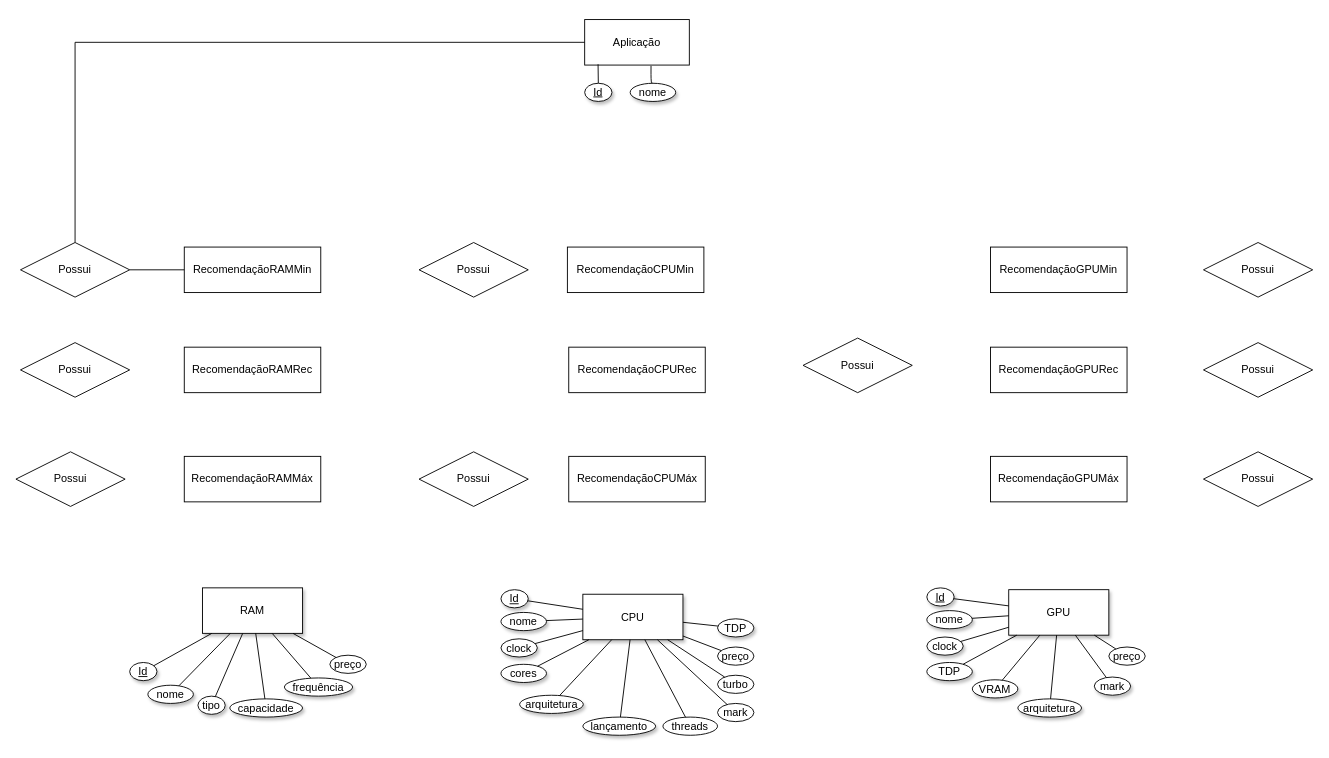
Before: Abstração do Projeto "GHYM".drawio in Tavares194/Project-GHYM-PJI231-2022, a draw.io diagram. Source tidied: cells renumbered, new cells numbered last; positions are measured from the earlier drawing's top-left corner, leaving out a move shared by most shapes. Both pictures are drawn from the tidied source at 91%, with x=0, y=0 at pixel (15, 19).
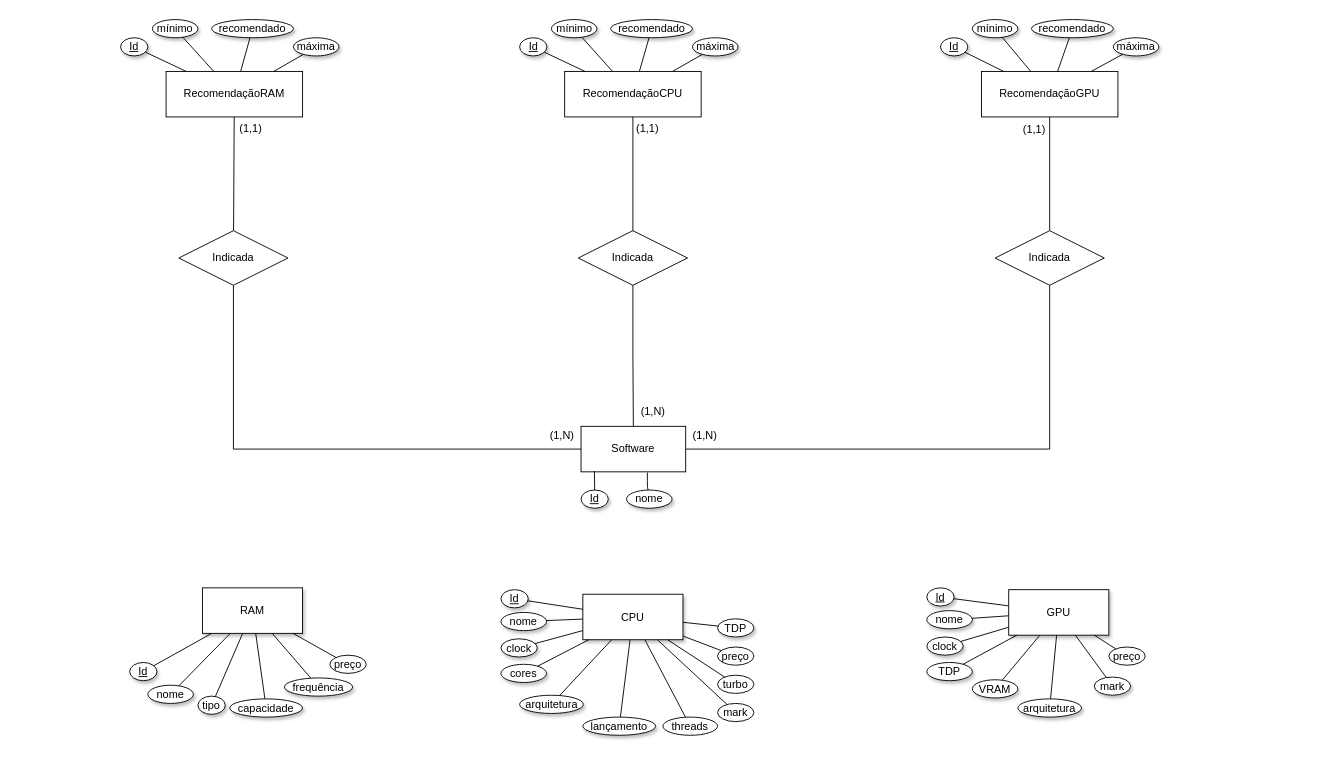
Above is the later version.

The edit, as a diff of the source:
```diff
@@
-    <mxCell id="12" value="Aplicação" style="whiteSpace=wrap;html=1;align=center;rounded=0;shadow=0;glass=0;sketch=0;gradientColor=none;" parent="1" vertex="1">
-      <mxGeometry x="625" width="115" height="50" as="geometry" />
+    <mxCell id="12" value="Software" style="whiteSpace=wrap;html=1;align=center;rounded=0;shadow=0;glass=0;sketch=0;gradientColor=none;" parent="1" vertex="1">
+      <mxGeometry x="621" y="447" width="115" height="50" as="geometry" />
     </mxCell>
@@
     <mxCell id="14" value="Id" style="ellipse;whiteSpace=wrap;html=1;align=center;fontStyle=4;shadow=1;" parent="1" vertex="1">
-      <mxGeometry x="625" y="70" width="30" height="20" as="geometry" />
+      <mxGeometry x="621" y="517" width="30" height="20" as="geometry" />
     </mxCell>
@@
     <mxCell id="16" value="nome" style="ellipse;whiteSpace=wrap;html=1;align=center;shadow=1;" parent="1" vertex="1">
-      <mxGeometry x="675" y="70" width="50" height="20" as="geometry" />
+      <mxGeometry x="671" y="517" width="50" height="20" as="geometry" />
     </mxCell>
@@
-    <mxCell id="27" value="RecomendaçãoCPUMin" style="whiteSpace=wrap;html=1;align=center;" parent="1" vertex="1">
-      <mxGeometry x="606" y="250" width="150" height="50" as="geometry" />
+    <mxCell id="27" value="RecomendaçãoCPU" style="whiteSpace=wrap;html=1;align=center;" parent="1" vertex="1">
+      <mxGeometry x="603" y="57" width="150" height="50" as="geometry" />
     </mxCell>
-    <mxCell id="28" value="RecomendaçãoCPURec" style="whiteSpace=wrap;html=1;align=center;" parent="1" vertex="1">
-      <mxGeometry x="607.5" y="360" width="150" height="50" as="geometry" />
-    </mxCell>
-    <mxCell id="29" value="RecomendaçãoCPUMáx" style="whiteSpace=wrap;html=1;align=center;" parent="1" vertex="1">
-      <mxGeometry x="607.5" y="480" width="150" height="50" as="geometry" />
-    </mxCell>
-    <mxCell id="30" value="RecomendaçãoGPUMáx" style="whiteSpace=wrap;html=1;align=center;" parent="1" vertex="1">
-      <mxGeometry x="1071" y="480" width="150" height="50" as="geometry" />
-    </mxCell>
-    <mxCell id="31" value="RecomendaçãoGPURec" style="whiteSpace=wrap;html=1;align=center;" parent="1" vertex="1">
-      <mxGeometry x="1071" y="360" width="150" height="50" as="geometry" />
-    </mxCell>
-    <mxCell id="32" value="RecomendaçãoRAMMáx" style="whiteSpace=wrap;html=1;align=center;" parent="1" vertex="1">
-      <mxGeometry x="185" y="480" width="150" height="50" as="geometry" />
-    </mxCell>
-    <mxCell id="33" value="RecomendaçãoGPUMin" style="whiteSpace=wrap;html=1;align=center;" parent="1" vertex="1">
-      <mxGeometry x="1071" y="250" width="150" height="50" as="geometry" />
+    <mxCell id="33" value="RecomendaçãoGPU" style="whiteSpace=wrap;html=1;align=center;" parent="1" vertex="1">
+      <mxGeometry x="1061" y="57" width="150" height="50" as="geometry" />
     </mxCell>
-    <mxCell id="34" value="RecomendaçãoRAMRec" style="whiteSpace=wrap;html=1;align=center;" parent="1" vertex="1">
-      <mxGeometry x="185" y="360" width="150" height="50" as="geometry" />
-    </mxCell>
-    <mxCell id="35" value="RecomendaçãoRAMMin" style="whiteSpace=wrap;html=1;align=center;" parent="1" vertex="1">
-      <mxGeometry x="185" y="250" width="150" height="50" as="geometry" />
+    <mxCell id="35" value="RecomendaçãoRAM" style="whiteSpace=wrap;html=1;align=center;" parent="1" vertex="1">
+      <mxGeometry x="165" y="57" width="150" height="50" as="geometry" />
     </mxCell>
@@
-    <mxCell id="69" style="edgeStyle=orthogonalEdgeStyle;rounded=0;jettySize=auto;html=1;exitX=0.5;exitY=0;exitDx=0;exitDy=0;entryX=0;entryY=0.5;entryDx=0;entryDy=0;endArrow=none;endFill=0;" parent="1" edge="1" source="70" target="12">
+    <mxCell id="69" style="edgeStyle=orthogonalEdgeStyle;rounded=0;jettySize=auto;html=1;exitX=0.5;exitY=1;exitDx=0;exitDy=0;entryX=0;entryY=0.5;entryDx=0;entryDy=0;endArrow=none;endFill=0;" parent="1" edge="1" source="70" target="12">
       <mxGeometry relative="1" as="geometry" />
     </mxCell>
-    <mxCell id="70" value="Possui" style="shape=rhombus;perimeter=rhombusPerimeter;whiteSpace=wrap;html=1;align=center;" parent="1" vertex="1">
-      <mxGeometry x="5" y="245" width="120" height="60" as="geometry" />
+    <mxCell id="70" value="Indicada" style="shape=rhombus;perimeter=rhombusPerimeter;whiteSpace=wrap;html=1;align=center;" parent="1" vertex="1">
+      <mxGeometry x="179" y="232" width="120" height="60" as="geometry" />
     </mxCell>
-    <mxCell id="71" value="Possui" style="shape=rhombus;perimeter=rhombusPerimeter;whiteSpace=wrap;html=1;align=center;" parent="1" vertex="1">
-      <mxGeometry x="5" y="355" width="120" height="60" as="geometry" />
-    </mxCell>
-    <mxCell id="72" value="Possui" style="shape=rhombus;perimeter=rhombusPerimeter;whiteSpace=wrap;html=1;align=center;" parent="1" vertex="1">
-      <mxGeometry y="475" width="120" height="60" as="geometry" />
-    </mxCell>
+    <mxCell id="80" style="edgeStyle=orthogonalEdgeStyle;rounded=0;jettySize=auto;html=1;exitX=0.5;exitY=1;exitDx=0;exitDy=0;entryX=0.5;entryY=0;entryDx=0;entryDy=0;endArrow=none;endFill=0;" parent="1" edge="1" source="73" target="12">
+      <mxGeometry relative="1" as="geometry" />
+    </mxCell>
-    <mxCell id="73" value="Possui" style="shape=rhombus;perimeter=rhombusPerimeter;whiteSpace=wrap;html=1;align=center;" parent="1" vertex="1">
-      <mxGeometry x="443" y="245" width="120" height="60" as="geometry" />
+    <mxCell id="73" value="Indicada" style="shape=rhombus;perimeter=rhombusPerimeter;whiteSpace=wrap;html=1;align=center;" parent="1" vertex="1">
+      <mxGeometry x="618" y="232" width="120" height="60" as="geometry" />
     </mxCell>
-    <mxCell id="74" value="Possui" style="shape=rhombus;perimeter=rhombusPerimeter;whiteSpace=wrap;html=1;align=center;" parent="1" vertex="1">
-      <mxGeometry x="1305" y="355" width="120" height="60" as="geometry" />
-    </mxCell>
-    <mxCell id="75" value="Possui" style="shape=rhombus;perimeter=rhombusPerimeter;whiteSpace=wrap;html=1;align=center;" parent="1" vertex="1">
-      <mxGeometry x="443" y="475" width="120" height="60" as="geometry" />
-    </mxCell>
+    <mxCell id="81" style="edgeStyle=orthogonalEdgeStyle;rounded=0;jettySize=auto;html=1;exitX=0.5;exitY=1;exitDx=0;exitDy=0;entryX=1;entryY=0.5;entryDx=0;entryDy=0;endArrow=none;endFill=0;" parent="1" edge="1" source="76" target="12">
+      <mxGeometry relative="1" as="geometry" />
+    </mxCell>
-    <mxCell id="76" value="Possui" style="shape=rhombus;perimeter=rhombusPerimeter;whiteSpace=wrap;html=1;align=center;" parent="1" vertex="1">
-      <mxGeometry x="1305" y="245" width="120" height="60" as="geometry" />
+    <mxCell id="76" value="Indicada" style="shape=rhombus;perimeter=rhombusPerimeter;whiteSpace=wrap;html=1;align=center;" parent="1" vertex="1">
+      <mxGeometry x="1076" y="232" width="120" height="60" as="geometry" />
     </mxCell>
-    <mxCell id="77" value="Possui" style="shape=rhombus;perimeter=rhombusPerimeter;whiteSpace=wrap;html=1;align=center;" parent="1" vertex="1">
-      <mxGeometry x="865" y="350" width="120" height="60" as="geometry" />
-    </mxCell>
-    <mxCell id="78" value="Possui" style="shape=rhombus;perimeter=rhombusPerimeter;whiteSpace=wrap;html=1;align=center;" parent="1" vertex="1">
-      <mxGeometry x="1305" y="475" width="120" height="60" as="geometry" />
-    </mxCell>
-    <mxCell id="79" style="endArrow=none;html=1;rounded=0;" parent="1" edge="1" source="70" target="35">
-      <mxGeometry relative="1" as="geometry" />
-    </mxCell>
+    <mxCell id="82" style="endArrow=none;html=1;rounded=0;" parent="1" edge="1" source="35" target="70">
+      <mxGeometry relative="1" as="geometry" />
+    </mxCell>
+    <mxCell id="83" style="endArrow=none;html=1;rounded=0;" parent="1" edge="1" source="27" target="73">
+      <mxGeometry relative="1" as="geometry" />
+    </mxCell>
+    <mxCell id="84" style="endArrow=none;html=1;rounded=0;" parent="1" edge="1" source="33" target="76">
+      <mxGeometry relative="1" as="geometry" />
+    </mxCell>
+    <mxCell id="85" value="(1,N)" style="text;strokeColor=none;fillColor=none;spacingLeft=4;spacingRight=4;overflow=hidden;fontSize=12;" parent="1" vertex="1">
+      <mxGeometry x="581" y="443" width="40" height="30" as="geometry" />
+    </mxCell>
+    <mxCell id="86" value="(1,1)" style="text;strokeColor=none;fillColor=none;spacingLeft=4;spacingRight=4;overflow=hidden;fontSize=12;" parent="1" vertex="1">
+      <mxGeometry x="240" y="106" width="40" height="30" as="geometry" />
+    </mxCell>
+    <mxCell id="87" value="(1,1)" style="text;strokeColor=none;fillColor=none;spacingLeft=4;spacingRight=4;overflow=hidden;fontSize=12;" parent="1" vertex="1">
+      <mxGeometry x="676" y="106" width="40" height="30" as="geometry" />
+    </mxCell>
+    <mxCell id="88" value="(1,N)" style="text;strokeColor=none;fillColor=none;spacingLeft=4;spacingRight=4;overflow=hidden;fontSize=12;" parent="1" vertex="1">
+      <mxGeometry x="681" y="417" width="40" height="30" as="geometry" />
+    </mxCell>
+    <mxCell id="89" value="(1,N)" style="text;strokeColor=none;fillColor=none;spacingLeft=4;spacingRight=4;overflow=hidden;fontSize=12;" parent="1" vertex="1">
+      <mxGeometry x="738" y="443" width="40" height="30" as="geometry" />
+    </mxCell>
+    <mxCell id="90" value="(1,1)" style="text;strokeColor=none;fillColor=none;spacingLeft=4;spacingRight=4;overflow=hidden;fontSize=12;" parent="1" vertex="1">
+      <mxGeometry x="1101" y="107" width="40" height="30" as="geometry" />
+    </mxCell>
+    <mxCell id="91" value="Id" style="ellipse;whiteSpace=wrap;html=1;align=center;fontStyle=4;shadow=1;" parent="1" vertex="1">
+      <mxGeometry x="115" y="20" width="30" height="20" as="geometry" />
+    </mxCell>
+    <mxCell id="92" value="mínimo" style="ellipse;whiteSpace=wrap;html=1;align=center;shadow=1;" parent="1" vertex="1">
+      <mxGeometry x="150" width="50" height="20" as="geometry" />
+    </mxCell>
+    <mxCell id="93" value="máxima" style="ellipse;whiteSpace=wrap;html=1;align=center;shadow=1;" parent="1" vertex="1">
+      <mxGeometry x="305" y="20" width="50" height="20" as="geometry" />
+    </mxCell>
+    <mxCell id="94" value="recomendado" style="ellipse;whiteSpace=wrap;html=1;align=center;shadow=1;" parent="1" vertex="1">
+      <mxGeometry x="215" width="90" height="20" as="geometry" />
+    </mxCell>
+    <mxCell id="95" value="Id" style="ellipse;whiteSpace=wrap;html=1;align=center;fontStyle=4;shadow=1;" parent="1" vertex="1">
+      <mxGeometry x="553.5" y="20" width="30" height="20" as="geometry" />
+    </mxCell>
+    <mxCell id="96" value="mínimo" style="ellipse;whiteSpace=wrap;html=1;align=center;shadow=1;" parent="1" vertex="1">
+      <mxGeometry x="588.5" width="50" height="20" as="geometry" />
+    </mxCell>
+    <mxCell id="97" value="máxima" style="ellipse;whiteSpace=wrap;html=1;align=center;shadow=1;" parent="1" vertex="1">
+      <mxGeometry x="743.5" y="20" width="50" height="20" as="geometry" />
+    </mxCell>
+    <mxCell id="98" value="recomendado" style="ellipse;whiteSpace=wrap;html=1;align=center;shadow=1;" parent="1" vertex="1">
+      <mxGeometry x="653.5" width="90" height="20" as="geometry" />
+    </mxCell>
+    <mxCell id="99" value="Id" style="ellipse;whiteSpace=wrap;html=1;align=center;fontStyle=4;shadow=1;" parent="1" vertex="1">
+      <mxGeometry x="1016" y="20" width="30" height="20" as="geometry" />
+    </mxCell>
+    <mxCell id="100" value="mínimo" style="ellipse;whiteSpace=wrap;html=1;align=center;shadow=1;" parent="1" vertex="1">
+      <mxGeometry x="1051" width="50" height="20" as="geometry" />
+    </mxCell>
+    <mxCell id="101" value="máxima" style="ellipse;whiteSpace=wrap;html=1;align=center;shadow=1;" parent="1" vertex="1">
+      <mxGeometry x="1206" y="20" width="50" height="20" as="geometry" />
+    </mxCell>
+    <mxCell id="102" value="recomendado" style="ellipse;whiteSpace=wrap;html=1;align=center;shadow=1;" parent="1" vertex="1">
+      <mxGeometry x="1116" width="90" height="20" as="geometry" />
+    </mxCell>
+    <mxCell id="103" style="endArrow=none;html=1;rounded=0;" parent="1" edge="1" source="91" target="35">
+      <mxGeometry relative="1" as="geometry" />
+    </mxCell>
+    <mxCell id="104" style="endArrow=none;html=1;rounded=0;" parent="1" edge="1" source="92" target="35">
+      <mxGeometry relative="1" as="geometry" />
+    </mxCell>
+    <mxCell id="105" style="endArrow=none;html=1;rounded=0;" parent="1" edge="1" source="94" target="35">
+      <mxGeometry relative="1" as="geometry" />
+    </mxCell>
+    <mxCell id="106" style="endArrow=none;html=1;rounded=0;" parent="1" edge="1" source="93" target="35">
+      <mxGeometry relative="1" as="geometry" />
+    </mxCell>
+    <mxCell id="107" style="endArrow=none;html=1;rounded=0;" parent="1" edge="1" source="95" target="27">
+      <mxGeometry relative="1" as="geometry" />
+    </mxCell>
+    <mxCell id="108" style="endArrow=none;html=1;rounded=0;" parent="1" edge="1" source="96" target="27">
+      <mxGeometry relative="1" as="geometry" />
+    </mxCell>
+    <mxCell id="109" style="endArrow=none;html=1;rounded=0;" parent="1" edge="1" source="98" target="27">
+      <mxGeometry relative="1" as="geometry" />
+    </mxCell>
+    <mxCell id="110" style="endArrow=none;html=1;rounded=0;" parent="1" edge="1" source="97" target="27">
+      <mxGeometry relative="1" as="geometry" />
+    </mxCell>
+    <mxCell id="111" style="endArrow=none;html=1;rounded=0;" parent="1" edge="1" source="99" target="33">
+      <mxGeometry relative="1" as="geometry" />
+    </mxCell>
+    <mxCell id="112" style="endArrow=none;html=1;rounded=0;" parent="1" edge="1" source="100" target="33">
+      <mxGeometry relative="1" as="geometry" />
+    </mxCell>
+    <mxCell id="113" style="endArrow=none;html=1;rounded=0;" parent="1" edge="1" source="102" target="33">
+      <mxGeometry relative="1" as="geometry" />
+    </mxCell>
+    <mxCell id="114" style="endArrow=none;html=1;rounded=0;" parent="1" edge="1" source="101" target="33">
+      <mxGeometry relative="1" as="geometry" />
+    </mxCell>
```
